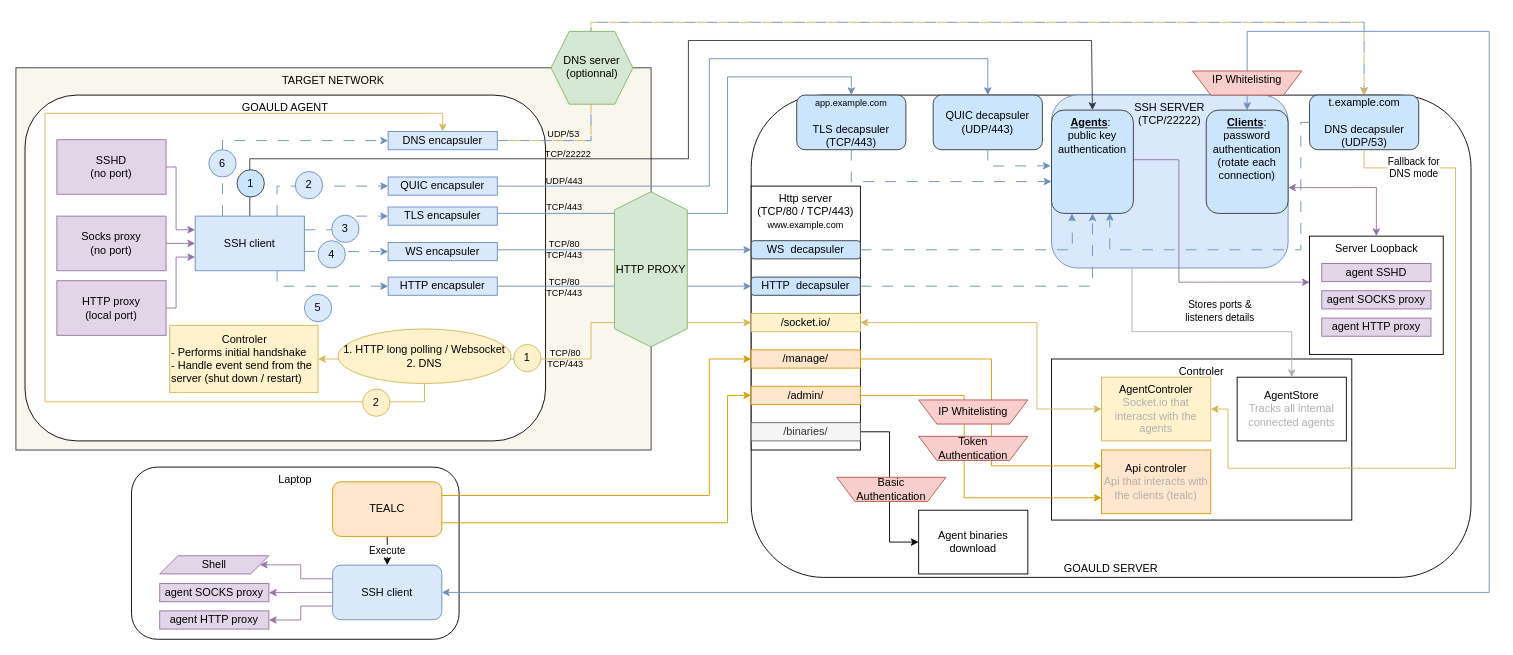
Before: page "Copie de Page-1" (1 of 3) of img/Goauld.drawio in Hazegard/Goauld, a draw.io diagram. Source tidied: cells renumbered, new cells numbered last; positions are measured from the earlier drawing's top-left corner, leaving out a move shared by most shapes. Both pictures are drawn from the tidied source at 91%, with x=0, y=0 at pixel (15, 22).
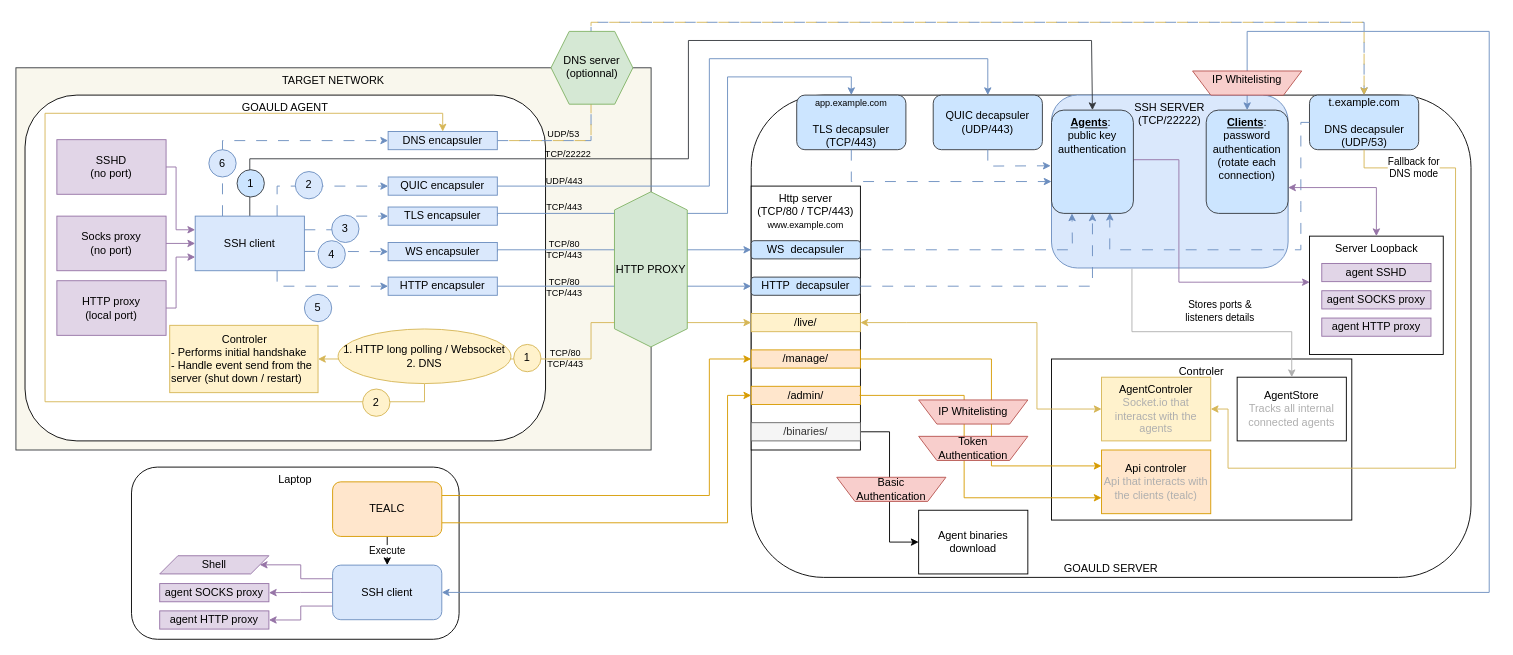
The same diagram, later.

The edit, as a diff of the source:
```diff
@@
-    <mxCell id="13" value="/socket.io/" style="rounded=0;whiteSpace=wrap;html=1;fillColor=#fff2cc;strokeColor=#d6b656;" parent="1" vertex="1">
+    <mxCell id="13" value="/live/" style="rounded=0;whiteSpace=wrap;html=1;fillColor=#fff2cc;strokeColor=#d6b656;" parent="1" vertex="1">
       <mxGeometry x="808" y="320" width="120" height="20" as="geometry" />
     </mxCell>
```
